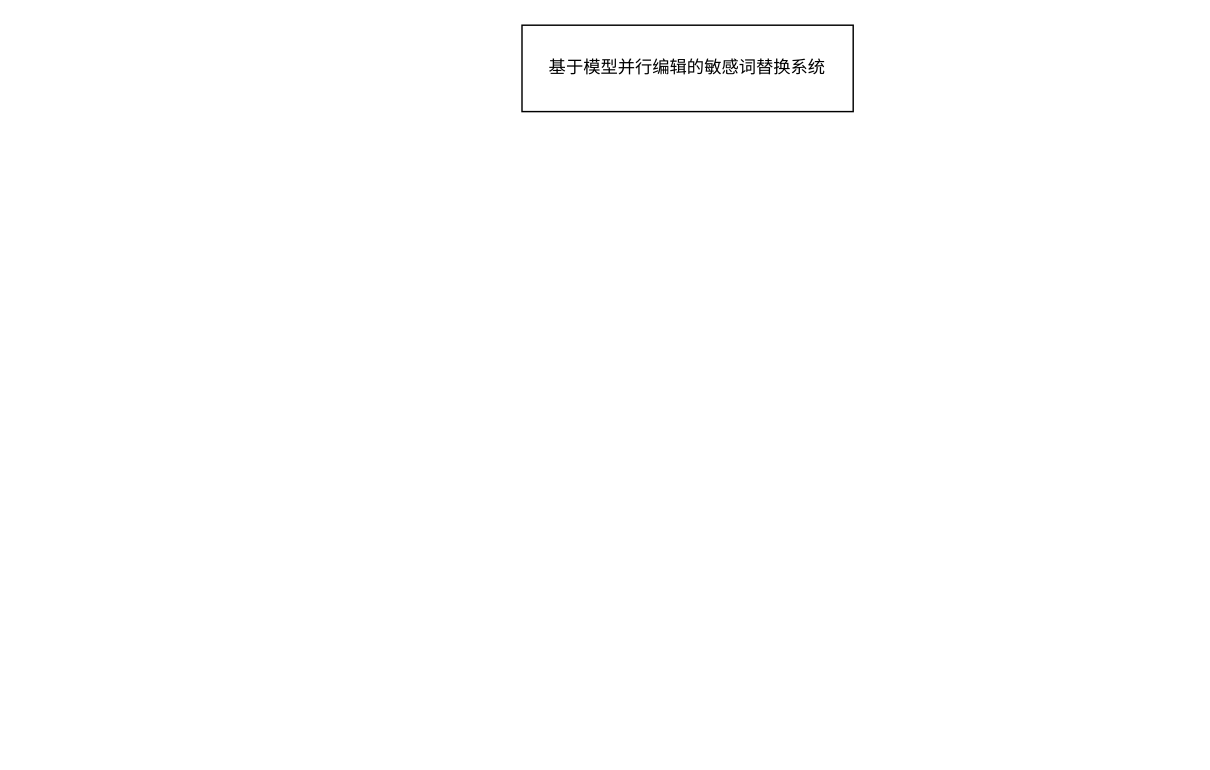
This is page "第 1 页" (1 of 2) of 系统结构图.drawio from threeFeetCat123/memeWeb, a draw.io file, before an edit. Source tidied: cells renumbered, new cells numbered last; positions are measured from the earlier drawing's top-left corner, leaving out a move shared by most shapes. Both pictures are drawn from the tidied source at 144%, with x=0, y=0 at pixel (521, 24).
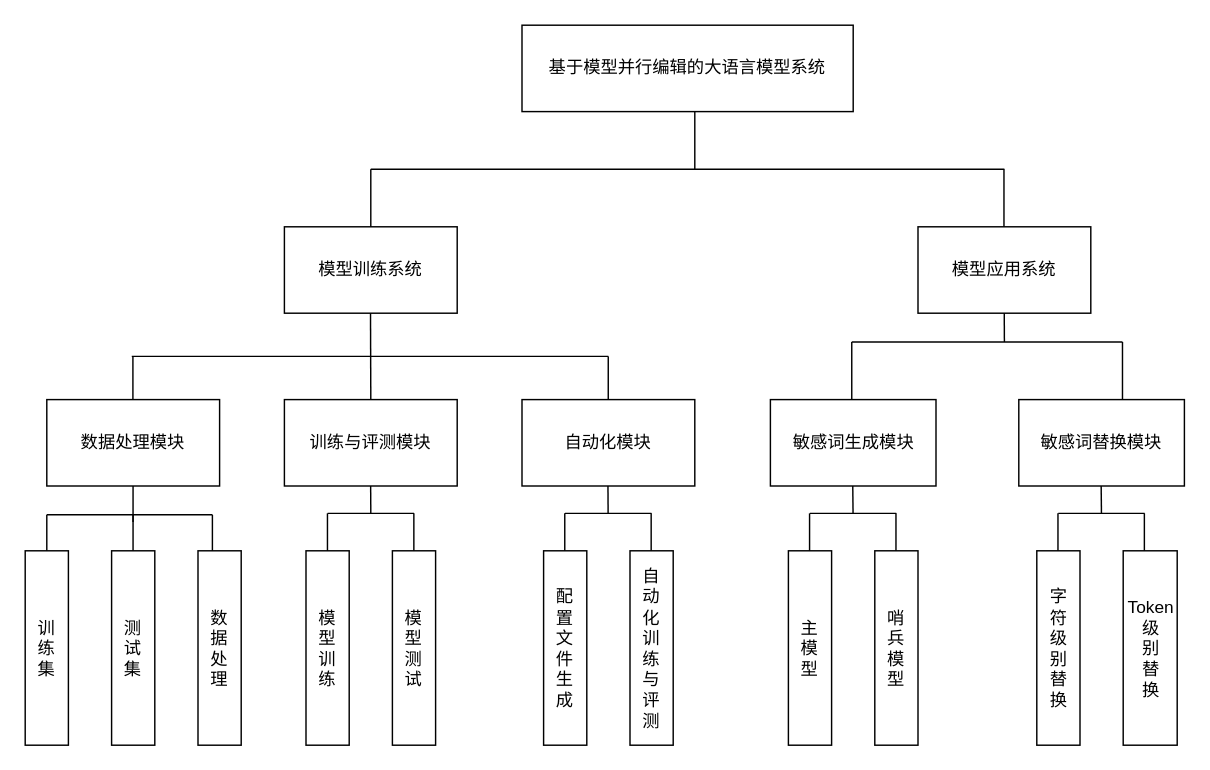
The same diagram, later.

Commit message:
更新系统结构图.drawio

The edit, as a diff of the source:
```diff
@@
-    <mxCell id="2" value="基于模型并行编辑的敏感词替换系统" style="rounded=0;whiteSpace=wrap;html=1;" parent="1" vertex="1">
+    <mxCell id="2" value="基于模型并行编辑的大语言模型系统" style="rounded=0;whiteSpace=wrap;html=1;" parent="1" vertex="1">
       <mxGeometry width="230" height="60" as="geometry" />
     </mxCell>
+    <mxCell id="3" value="敏感词生成模块" style="rounded=0;whiteSpace=wrap;html=1;" parent="1" vertex="1">
+      <mxGeometry x="172.5" y="260" width="115" height="60" as="geometry" />
+    </mxCell>
+    <mxCell id="4" value="数据处理模块" style="rounded=0;whiteSpace=wrap;html=1;" parent="1" vertex="1">
+      <mxGeometry x="-330" y="260" width="120" height="60" as="geometry" />
+    </mxCell>
+    <mxCell id="5" value="自动化模块" style="rounded=0;whiteSpace=wrap;html=1;" parent="1" vertex="1">
+      <mxGeometry y="260" width="120" height="60" as="geometry" />
+    </mxCell>
+    <mxCell id="6" value="训练与评测模块" style="rounded=0;whiteSpace=wrap;html=1;" parent="1" vertex="1">
+      <mxGeometry x="-165" y="260" width="120" height="60" as="geometry" />
+    </mxCell>
+    <mxCell id="7" value="训&lt;div&gt;练&lt;/div&gt;&lt;div&gt;集&lt;/div&gt;" style="rounded=0;whiteSpace=wrap;html=1;" parent="1" vertex="1">
+      <mxGeometry x="-345" y="365" width="30" height="135" as="geometry" />
+    </mxCell>
+    <mxCell id="8" value="测&lt;div&gt;试&lt;/div&gt;&lt;div&gt;集&lt;/div&gt;" style="rounded=0;whiteSpace=wrap;html=1;" parent="1" vertex="1">
+      <mxGeometry x="-285" y="365" width="30" height="135" as="geometry" />
+    </mxCell>
+    <mxCell id="9" value="数&lt;div&gt;据&lt;/div&gt;&lt;div&gt;处&lt;/div&gt;&lt;div&gt;理&lt;/div&gt;" style="rounded=0;whiteSpace=wrap;html=1;" parent="1" vertex="1">
+      <mxGeometry x="-225" y="365" width="30" height="135" as="geometry" />
+    </mxCell>
+    <mxCell id="10" value="模&lt;div&gt;型&lt;/div&gt;&lt;div&gt;训&lt;/div&gt;&lt;div&gt;练&lt;/div&gt;" style="rounded=0;whiteSpace=wrap;html=1;" parent="1" vertex="1">
+      <mxGeometry x="-150" y="365" width="30" height="135" as="geometry" />
+    </mxCell>
+    <mxCell id="11" value="模&lt;div&gt;型&lt;/div&gt;&lt;div&gt;测&lt;/div&gt;&lt;div&gt;试&lt;/div&gt;" style="rounded=0;whiteSpace=wrap;html=1;" parent="1" vertex="1">
+      <mxGeometry x="-90" y="365" width="30" height="135" as="geometry" />
+    </mxCell>
+    <mxCell id="12" value="配&lt;div&gt;置&lt;/div&gt;&lt;div&gt;文&lt;/div&gt;&lt;div&gt;件&lt;/div&gt;&lt;div&gt;生&lt;/div&gt;&lt;div&gt;成&lt;/div&gt;" style="rounded=0;whiteSpace=wrap;html=1;" parent="1" vertex="1">
+      <mxGeometry x="15" y="365" width="30" height="135" as="geometry" />
+    </mxCell>
+    <mxCell id="13" value="自&lt;div&gt;动&lt;/div&gt;&lt;div&gt;化&lt;/div&gt;&lt;div&gt;训&lt;/div&gt;&lt;div&gt;练&lt;/div&gt;&lt;div&gt;与&lt;/div&gt;&lt;div&gt;评&lt;/div&gt;&lt;div&gt;测&lt;/div&gt;" style="rounded=0;whiteSpace=wrap;html=1;" parent="1" vertex="1">
+      <mxGeometry x="75" y="365" width="30" height="135" as="geometry" />
+    </mxCell>
+    <mxCell id="14" value="主&lt;div&gt;模&lt;/div&gt;&lt;div&gt;型&lt;/div&gt;" style="rounded=0;whiteSpace=wrap;html=1;" parent="1" vertex="1">
+      <mxGeometry x="185" y="365" width="30" height="135" as="geometry" />
+    </mxCell>
+    <mxCell id="15" value="哨&lt;div&gt;兵&lt;br&gt;&lt;div&gt;模&lt;/div&gt;&lt;div&gt;型&lt;/div&gt;&lt;/div&gt;" style="rounded=0;whiteSpace=wrap;html=1;" parent="1" vertex="1">
+      <mxGeometry x="245" y="365" width="30" height="135" as="geometry" />
+    </mxCell>
+    <mxCell id="16" value="模型训练系统" style="rounded=0;whiteSpace=wrap;html=1;" parent="1" vertex="1">
+      <mxGeometry x="-165" y="140" width="120" height="60" as="geometry" />
+    </mxCell>
+    <mxCell id="17" value="模型应用系统" style="rounded=0;whiteSpace=wrap;html=1;" parent="1" vertex="1">
+      <mxGeometry x="275" y="140" width="120" height="60" as="geometry" />
+    </mxCell>
+    <mxCell id="18" style="endArrow=none;html=1;rounded=0;" parent="1" edge="1">
+      <mxGeometry relative="1" as="geometry">
+        <mxPoint x="-105" y="100" as="sourcePoint" />
+        <mxPoint x="335" y="100" as="targetPoint" />
+      </mxGeometry>
+    </mxCell>
+    <mxCell id="19" style="endArrow=none;html=1;rounded=0;exitX=0.5;exitY=0;exitDx=0;exitDy=0;" parent="1" edge="1" source="16">
+      <mxGeometry relative="1" as="geometry">
+        <mxPoint x="-105" y="100" as="targetPoint" />
+      </mxGeometry>
+    </mxCell>
+    <mxCell id="20" style="endArrow=none;html=1;rounded=0;exitX=0.5;exitY=0;exitDx=0;exitDy=0;" parent="1" edge="1">
+      <mxGeometry relative="1" as="geometry">
+        <mxPoint x="334.7" y="140" as="sourcePoint" />
+        <mxPoint x="334.7" y="100" as="targetPoint" />
+      </mxGeometry>
+    </mxCell>
+    <mxCell id="21" style="endArrow=none;html=1;rounded=0;exitX=0.5;exitY=0;exitDx=0;exitDy=0;" parent="1" edge="1">
+      <mxGeometry relative="1" as="geometry">
+        <mxPoint x="120" y="100" as="sourcePoint" />
+        <mxPoint x="120" y="60" as="targetPoint" />
+      </mxGeometry>
+    </mxCell>
+    <mxCell id="22" style="endArrow=none;html=1;rounded=0;" parent="1" edge="1">
+      <mxGeometry relative="1" as="geometry">
+        <mxPoint x="-271" y="230" as="sourcePoint" />
+        <mxPoint x="60" y="230" as="targetPoint" />
+      </mxGeometry>
+    </mxCell>
+    <mxCell id="23" style="endArrow=none;html=1;rounded=0;exitX=0.5;exitY=0;exitDx=0;exitDy=0;" parent="1" edge="1" source="6">
+      <mxGeometry relative="1" as="geometry">
+        <mxPoint x="-105.2" y="200" as="targetPoint" />
+      </mxGeometry>
+    </mxCell>
+    <mxCell id="24" style="endArrow=none;html=1;rounded=0;exitX=0.5;exitY=0;exitDx=0;exitDy=0;" parent="1" edge="1">
+      <mxGeometry relative="1" as="geometry">
+        <mxPoint x="59.9" y="260" as="sourcePoint" />
+        <mxPoint x="59.9" y="230" as="targetPoint" />
+      </mxGeometry>
+    </mxCell>
+    <mxCell id="25" style="endArrow=none;html=1;rounded=0;exitX=0.5;exitY=0;exitDx=0;exitDy=0;" parent="1" edge="1">
+      <mxGeometry relative="1" as="geometry">
+        <mxPoint x="-270.2" y="260" as="sourcePoint" />
+        <mxPoint x="-270.2" y="230" as="targetPoint" />
+      </mxGeometry>
+    </mxCell>
+    <mxCell id="26" style="endArrow=none;html=1;rounded=0;exitX=0.5;exitY=0;exitDx=0;exitDy=0;" parent="1" edge="1">
+      <mxGeometry relative="1" as="geometry">
+        <mxPoint x="229" y="260" as="sourcePoint" />
+        <mxPoint x="229" y="220" as="targetPoint" />
+      </mxGeometry>
+    </mxCell>
+    <mxCell id="27" style="endArrow=none;html=1;rounded=0;" parent="1" edge="1">
+      <mxGeometry relative="1" as="geometry">
+        <mxPoint x="-330" y="340" as="sourcePoint" />
+        <mxPoint x="-215" y="340" as="targetPoint" />
+      </mxGeometry>
+    </mxCell>
+    <mxCell id="28" style="endArrow=none;html=1;rounded=0;exitX=0.5;exitY=0;exitDx=0;exitDy=0;" parent="1" edge="1">
+      <mxGeometry relative="1" as="geometry">
+        <mxPoint x="-330" y="365" as="sourcePoint" />
+        <mxPoint x="-330" y="340" as="targetPoint" />
+      </mxGeometry>
+    </mxCell>
+    <mxCell id="29" style="endArrow=none;html=1;rounded=0;exitX=0.5;exitY=0;exitDx=0;exitDy=0;" parent="1" edge="1">
+      <mxGeometry relative="1" as="geometry">
+        <mxPoint x="-270.1" y="365" as="sourcePoint" />
+        <mxPoint x="-270.1" y="340" as="targetPoint" />
+      </mxGeometry>
+    </mxCell>
+    <mxCell id="30" style="endArrow=none;html=1;rounded=0;exitX=0.5;exitY=0;exitDx=0;exitDy=0;" parent="1" edge="1">
+      <mxGeometry relative="1" as="geometry">
+        <mxPoint x="-215" y="365" as="sourcePoint" />
+        <mxPoint x="-215" y="340" as="targetPoint" />
+      </mxGeometry>
+    </mxCell>
+    <mxCell id="31" style="endArrow=none;html=1;rounded=0;exitX=0.5;exitY=0;exitDx=0;exitDy=0;" parent="1" edge="1">
+      <mxGeometry relative="1" as="geometry">
+        <mxPoint x="-270.1" y="345" as="sourcePoint" />
+        <mxPoint x="-270.1" y="320" as="targetPoint" />
+      </mxGeometry>
+    </mxCell>
+    <mxCell id="32" style="endArrow=none;html=1;rounded=0;" parent="1" edge="1">
+      <mxGeometry relative="1" as="geometry">
+        <mxPoint x="-135" y="339" as="sourcePoint" />
+        <mxPoint x="-75" y="339" as="targetPoint" />
+      </mxGeometry>
+    </mxCell>
+    <mxCell id="33" style="endArrow=none;html=1;rounded=0;exitX=0.5;exitY=0;exitDx=0;exitDy=0;" parent="1" edge="1">
+      <mxGeometry relative="1" as="geometry">
+        <mxPoint x="-135.1" y="365" as="sourcePoint" />
+        <mxPoint x="-135.1" y="339" as="targetPoint" />
+      </mxGeometry>
+    </mxCell>
+    <mxCell id="34" style="endArrow=none;html=1;rounded=0;exitX=0.5;exitY=0;exitDx=0;exitDy=0;" parent="1" edge="1">
+      <mxGeometry relative="1" as="geometry">
+        <mxPoint x="-75.1" y="365" as="sourcePoint" />
+        <mxPoint x="-75.1" y="339" as="targetPoint" />
+      </mxGeometry>
+    </mxCell>
+    <mxCell id="35" style="endArrow=none;html=1;rounded=0;" parent="1" edge="1">
+      <mxGeometry relative="1" as="geometry">
+        <mxPoint x="-105" y="339" as="sourcePoint" />
+        <mxPoint x="-105.1" y="320" as="targetPoint" />
+      </mxGeometry>
+    </mxCell>
+    <mxCell id="36" style="endArrow=none;html=1;rounded=0;" parent="1" edge="1">
+      <mxGeometry relative="1" as="geometry">
+        <mxPoint x="29.8" y="339" as="sourcePoint" />
+        <mxPoint x="89.9" y="339" as="targetPoint" />
+      </mxGeometry>
+    </mxCell>
+    <mxCell id="37" style="endArrow=none;html=1;rounded=0;exitX=0.5;exitY=0;exitDx=0;exitDy=0;" parent="1" edge="1">
+      <mxGeometry relative="1" as="geometry">
+        <mxPoint x="29.7" y="365" as="sourcePoint" />
+        <mxPoint x="29.7" y="339" as="targetPoint" />
+      </mxGeometry>
+    </mxCell>
+    <mxCell id="38" style="endArrow=none;html=1;rounded=0;exitX=0.5;exitY=0;exitDx=0;exitDy=0;" parent="1" edge="1">
+      <mxGeometry relative="1" as="geometry">
+        <mxPoint x="89.7" y="365" as="sourcePoint" />
+        <mxPoint x="89.7" y="339" as="targetPoint" />
+      </mxGeometry>
+    </mxCell>
+    <mxCell id="39" style="endArrow=none;html=1;rounded=0;" parent="1" edge="1">
+      <mxGeometry relative="1" as="geometry">
+        <mxPoint x="59.8" y="339" as="sourcePoint" />
+        <mxPoint x="59.7" y="320" as="targetPoint" />
+      </mxGeometry>
+    </mxCell>
+    <mxCell id="40" style="endArrow=none;html=1;rounded=0;" parent="1" edge="1">
+      <mxGeometry relative="1" as="geometry">
+        <mxPoint x="199.9" y="339" as="sourcePoint" />
+        <mxPoint x="259.9" y="339" as="targetPoint" />
+      </mxGeometry>
+    </mxCell>
+    <mxCell id="41" style="endArrow=none;html=1;rounded=0;exitX=0.5;exitY=0;exitDx=0;exitDy=0;" parent="1" edge="1">
+      <mxGeometry relative="1" as="geometry">
+        <mxPoint x="199.7" y="365" as="sourcePoint" />
+        <mxPoint x="199.7" y="339" as="targetPoint" />
+      </mxGeometry>
+    </mxCell>
+    <mxCell id="42" style="endArrow=none;html=1;rounded=0;exitX=0.5;exitY=0;exitDx=0;exitDy=0;" parent="1" edge="1">
+      <mxGeometry relative="1" as="geometry">
+        <mxPoint x="259.7" y="365" as="sourcePoint" />
+        <mxPoint x="259.7" y="339" as="targetPoint" />
+      </mxGeometry>
+    </mxCell>
+    <mxCell id="43" style="endArrow=none;html=1;rounded=0;" parent="1" edge="1">
+      <mxGeometry relative="1" as="geometry">
+        <mxPoint x="229.9" y="339" as="sourcePoint" />
+        <mxPoint x="229.7" y="320" as="targetPoint" />
+      </mxGeometry>
+    </mxCell>
+    <mxCell id="44" value="敏感词替换模块" style="rounded=0;whiteSpace=wrap;html=1;" parent="1" vertex="1">
+      <mxGeometry x="345" y="260" width="115" height="60" as="geometry" />
+    </mxCell>
+    <mxCell id="45" value="字&lt;div&gt;符&lt;br&gt;&lt;div&gt;级&lt;/div&gt;&lt;div&gt;别&lt;/div&gt;&lt;div&gt;替&lt;/div&gt;&lt;div&gt;换&lt;/div&gt;&lt;/div&gt;" style="rounded=0;whiteSpace=wrap;html=1;" parent="1" vertex="1">
+      <mxGeometry x="357.5" y="365" width="30" height="135" as="geometry" />
+    </mxCell>
+    <mxCell id="46" value="Token&lt;div&gt;级&lt;/div&gt;&lt;div&gt;别&lt;/div&gt;&lt;div&gt;替&lt;/div&gt;&lt;div&gt;换&lt;/div&gt;" style="rounded=0;whiteSpace=wrap;html=1;" parent="1" vertex="1">
+      <mxGeometry x="417.5" y="365" width="37.5" height="135" as="geometry" />
+    </mxCell>
+    <mxCell id="47" style="endArrow=none;html=1;rounded=0;" parent="1" edge="1">
+      <mxGeometry relative="1" as="geometry">
+        <mxPoint x="372.4" y="339" as="sourcePoint" />
+        <mxPoint x="432.4" y="339" as="targetPoint" />
+      </mxGeometry>
+    </mxCell>
+    <mxCell id="48" style="endArrow=none;html=1;rounded=0;exitX=0.5;exitY=0;exitDx=0;exitDy=0;" parent="1" edge="1">
+      <mxGeometry relative="1" as="geometry">
+        <mxPoint x="372.2" y="365" as="sourcePoint" />
+        <mxPoint x="372.2" y="339" as="targetPoint" />
+      </mxGeometry>
+    </mxCell>
+    <mxCell id="49" style="endArrow=none;html=1;rounded=0;exitX=0.5;exitY=0;exitDx=0;exitDy=0;" parent="1" edge="1">
+      <mxGeometry relative="1" as="geometry">
+        <mxPoint x="432.2" y="365" as="sourcePoint" />
+        <mxPoint x="432.2" y="339" as="targetPoint" />
+      </mxGeometry>
+    </mxCell>
+    <mxCell id="50" style="endArrow=none;html=1;rounded=0;" parent="1" edge="1">
+      <mxGeometry relative="1" as="geometry">
+        <mxPoint x="402.4" y="339" as="sourcePoint" />
+        <mxPoint x="402.2" y="320" as="targetPoint" />
+      </mxGeometry>
+    </mxCell>
+    <mxCell id="51" style="endArrow=none;html=1;rounded=0;" parent="1" edge="1">
+      <mxGeometry relative="1" as="geometry">
+        <mxPoint x="229" y="220" as="sourcePoint" />
+        <mxPoint x="417" y="220" as="targetPoint" />
+      </mxGeometry>
+    </mxCell>
+    <mxCell id="52" style="endArrow=none;html=1;rounded=0;exitX=0.5;exitY=0;exitDx=0;exitDy=0;" parent="1" edge="1">
+      <mxGeometry relative="1" as="geometry">
+        <mxPoint x="417" y="260" as="sourcePoint" />
+        <mxPoint x="417" y="220" as="targetPoint" />
+      </mxGeometry>
+    </mxCell>
+    <mxCell id="53" style="endArrow=none;html=1;rounded=0;" parent="1" edge="1">
+      <mxGeometry relative="1" as="geometry">
+        <mxPoint x="335" y="220" as="sourcePoint" />
+        <mxPoint x="334.9" y="200" as="targetPoint" />
+      </mxGeometry>
+    </mxCell>
```
